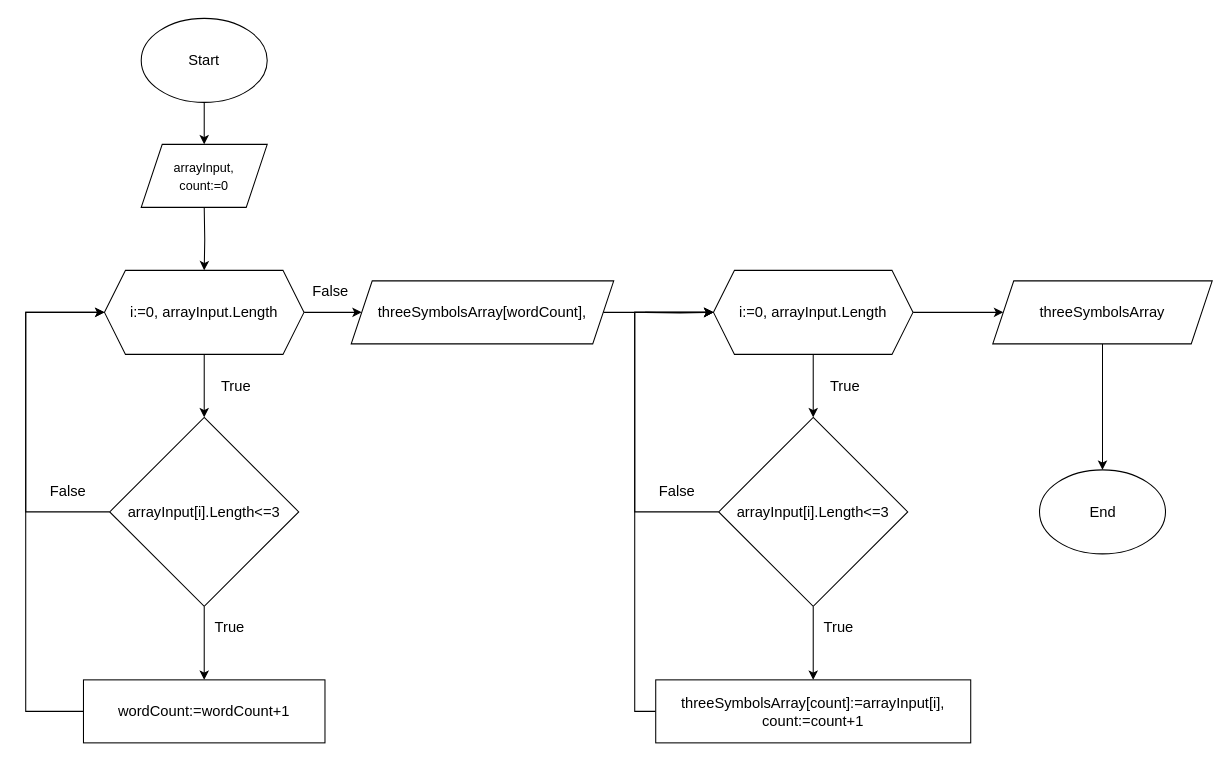
Before: FirstTestAlgorithm.drawio in makr0n/GBFirstTestCSharp, a draw.io diagram. Source tidied: cells renumbered, new cells numbered last; positions are measured from the earlier drawing's top-left corner, leaving out a move shared by most shapes. Both pictures are drawn from the tidied source at 105%, with x=0, y=0 at pixel (25, 18).
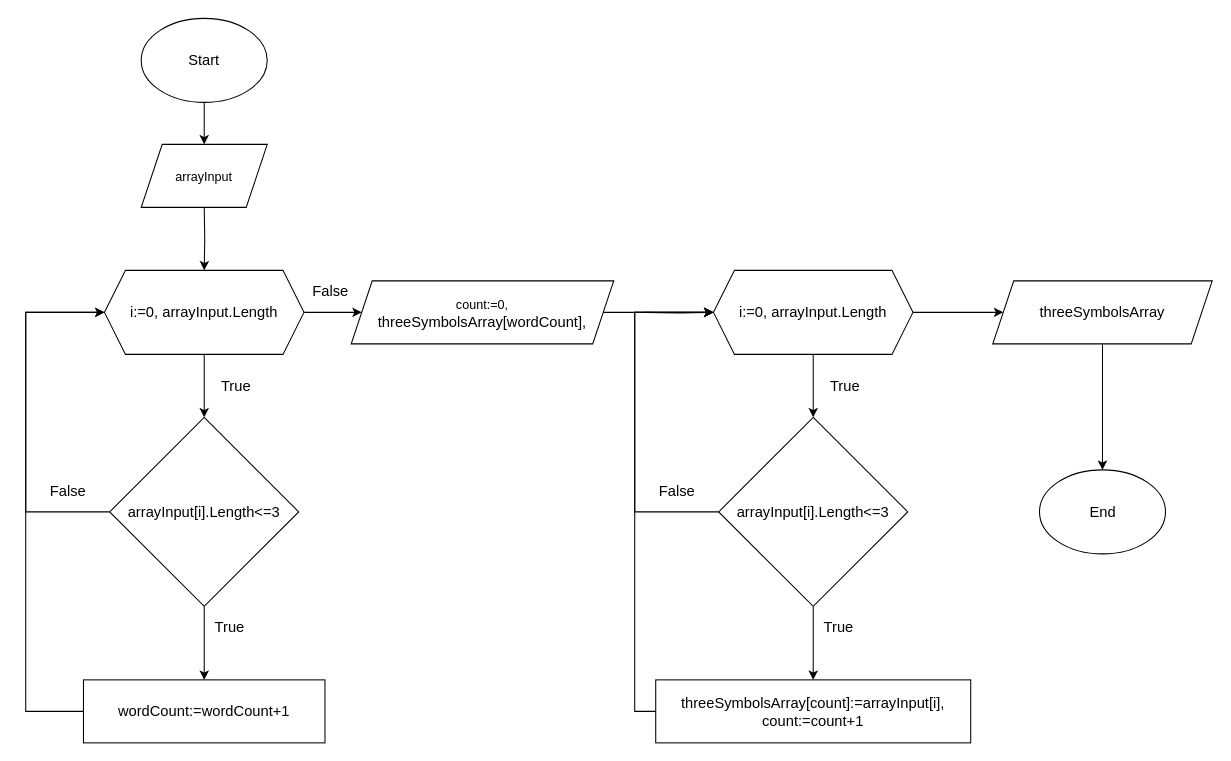
After the change.

Commit message:
move count:=0 from first to second for loop in flowchart

What changed in the source:
```diff
@@
-    <mxCell id="11" value="&lt;span style=&quot;font-size: 12px&quot;&gt;arrayInput,&lt;/span&gt;&lt;br style=&quot;font-size: 12px&quot;&gt;&lt;span style=&quot;font-size: 12px&quot;&gt;count:=0&lt;/span&gt;" style="shape=parallelogram;perimeter=parallelogramPerimeter;whiteSpace=wrap;html=1;fixedSize=1;fontSize=14;" parent="1" vertex="1">
+    <mxCell id="11" value="&lt;span style=&quot;font-size: 12px&quot;&gt;arrayInput&lt;/span&gt;" style="shape=parallelogram;perimeter=parallelogramPerimeter;whiteSpace=wrap;html=1;fixedSize=1;fontSize=14;" parent="1" vertex="1">
       <mxGeometry x="110" y="120" width="120" height="60" as="geometry" />
     </mxCell>
@@
-    <mxCell id="20" value="threeSymbolsArray[wordCount]," style="shape=parallelogram;perimeter=parallelogramPerimeter;whiteSpace=wrap;html=1;fixedSize=1;fontSize=14;" parent="1" vertex="1">
+    <mxCell id="20" value="&lt;span style=&quot;font-size: 12px&quot;&gt;count:=0,&lt;/span&gt;&lt;br&gt;threeSymbolsArray[wordCount]," style="shape=parallelogram;perimeter=parallelogramPerimeter;whiteSpace=wrap;html=1;fixedSize=1;fontSize=14;" parent="1" vertex="1">
       <mxGeometry x="310" y="250" width="250" height="60" as="geometry" />
     </mxCell>
```
